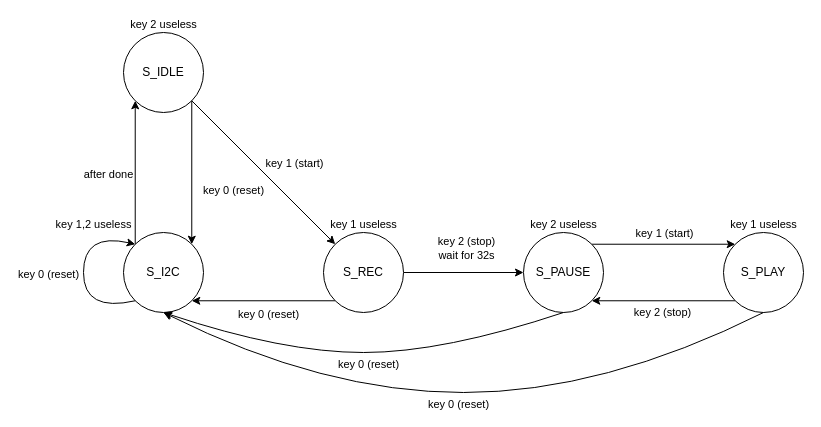
shawntsai0312/NTUEE_DIGITAL_CIRCUIT_LAB_24FALL keeps this draw.io diagram as Lab3/doc/top state.drawio. Above is the earlier version. Source tidied: cells renumbered, new cells numbered last; positions are measured from the earlier drawing's top-left corner, leaving out a move shared by most shapes. Both pictures are drawn from the tidied source at 100%, with x=0, y=0 at pixel (43, 22).
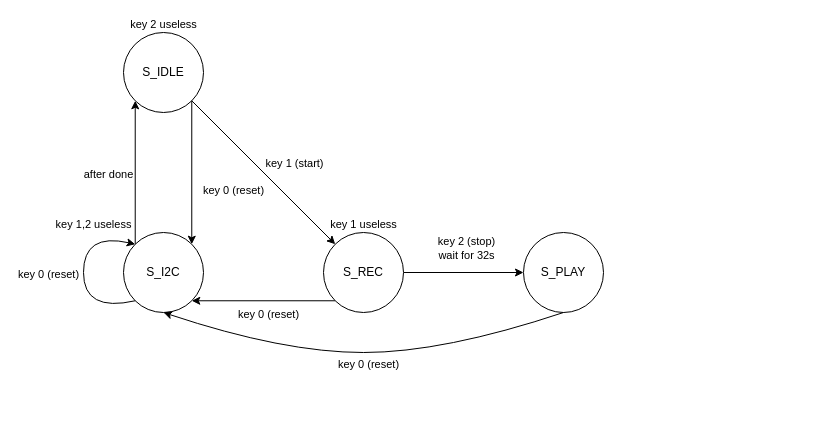
The same page after the edit.

The change refers to these unchanged cells:
```xml
<mxCell id="3" value="S_I2C" style="ellipse;whiteSpace=wrap;html=1;" parent="1" vertex="1">
  <mxGeometry x="80" y="210" width="80" height="80" as="geometry" />
</mxCell>
```

What changed in the source:
```diff
@@
-    <mxCell id="7" style="edgeStyle=orthogonalEdgeStyle;rounded=0;jettySize=auto;html=1;exitX=1;exitY=0;exitDx=0;exitDy=0;entryX=0;entryY=0;entryDx=0;entryDy=0;" parent="1" edge="1" source="8" target="16">
-      <mxGeometry relative="1" as="geometry" />
-    </mxCell>
-    <mxCell id="8" value="S_PAUSE" style="ellipse;whiteSpace=wrap;html=1;" parent="1" vertex="1">
+    <mxCell id="8" value="S_PLAY" style="ellipse;whiteSpace=wrap;html=1;" parent="1" vertex="1">
       <mxGeometry x="480" y="210" width="80" height="80" as="geometry" />
     </mxCell>
@@
-    <mxCell id="15" style="edgeStyle=orthogonalEdgeStyle;rounded=0;jettySize=auto;html=1;exitX=0;exitY=1;exitDx=0;exitDy=0;entryX=1;entryY=1;entryDx=0;entryDy=0;" parent="1" edge="1" source="16" target="8">
-      <mxGeometry relative="1" as="geometry" />
-    </mxCell>
-    <mxCell id="16" value="S_PLAY" style="ellipse;whiteSpace=wrap;html=1;" parent="1" vertex="1">
-      <mxGeometry x="680" y="210" width="80" height="80" as="geometry" />
-    </mxCell>
-    <mxCell id="17" value="key 1 (start)" style="edgeLabel;html=1;align=center;verticalAlign=middle;" parent="1" vertex="1">
-      <mxGeometry x="620" y="210" as="geometry" />
-    </mxCell>
-    <mxCell id="18" value="key 2 useless" style="edgeLabel;html=1;align=center;verticalAlign=middle;" parent="1" vertex="1">
-      <mxGeometry x="520" y="200" as="geometry">
-        <mxPoint x="-1" y="1" as="offset" />
-      </mxGeometry>
-    </mxCell>
-    <mxCell id="19" value="key 1 useless" style="edgeLabel;html=1;align=center;verticalAlign=middle;" parent="1" vertex="1">
-      <mxGeometry x="720" y="200" as="geometry">
-        <mxPoint x="-1" y="1" as="offset" />
-      </mxGeometry>
-    </mxCell>
-    <mxCell id="20" value="key 2 (stop)" style="edgeLabel;html=1;align=center;verticalAlign=middle;" parent="1" vertex="1">
-      <mxGeometry x="620" y="230" as="geometry">
-        <mxPoint x="-2" y="59" as="offset" />
-      </mxGeometry>
-    </mxCell>
@@
-    <mxCell id="23" style="curved=1;endArrow=classic;html=1;rounded=0;entryX=0.5;entryY=1;entryDx=0;entryDy=0;exitX=0.5;exitY=1;exitDx=0;exitDy=0;" parent="1" edge="1" source="16" target="3">
-      <mxGeometry relative="1" as="geometry">
-        <Array as="points">
-          <mxPoint x="560" y="370" />
-          <mxPoint x="280" y="370" />
-        </Array>
-      </mxGeometry>
-    </mxCell>
-    <mxCell id="24" value="key 0 (reset)" style="edgeLabel;html=1;align=center;verticalAlign=middle;" parent="1" vertex="1">
-      <mxGeometry x="410" y="380" as="geometry">
-        <mxPoint x="4" y="1" as="offset" />
-      </mxGeometry>
-    </mxCell>
```
